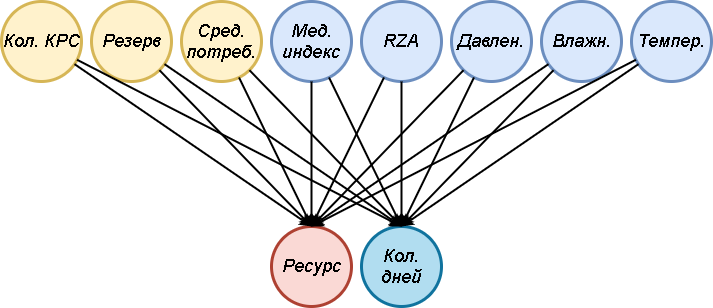
Above: diagrams/ANN design diagram.png in Yerlan999/CowsGPSTracker-KazATU (draw.io), before the change. Source tidied: cells renumbered, new cells last; positions are measured from the earlier drawing's top-left corner, leaving out a move shared by most shapes. Source of this version:
```xml
<mxGraphModel>
  <root>
    <mxCell id="0" />
    <mxCell id="1" parent="0" />
    <mxCell id="2" value="&lt;font style=&quot;font-size: 18px;&quot;&gt;&lt;span&gt;Темпер.&lt;/span&gt;&lt;/font&gt;" style="ellipse;whiteSpace=wrap;html=1;fontStyle=2;fillColor=#dae8fc;strokeColor=#6c8ebf;horizontal=0;strokeWidth=3;rotation=90;" parent="1" vertex="1">
      <mxGeometry x="630" width="80" height="80" as="geometry" />
    </mxCell>
    <mxCell id="3" value="&lt;span style=&quot;font-size: 18px;&quot;&gt;&lt;span&gt;Влажн.&lt;/span&gt;&lt;/span&gt;" style="ellipse;whiteSpace=wrap;html=1;fontStyle=2;fillColor=#dae8fc;strokeColor=#6c8ebf;horizontal=0;strokeWidth=3;rotation=90;" parent="1" vertex="1">
      <mxGeometry x="540" width="80" height="80" as="geometry" />
    </mxCell>
    <mxCell id="4" value="&lt;span style=&quot;font-size: 18px;&quot;&gt;&lt;span&gt;Давлен.&lt;/span&gt;&lt;/span&gt;" style="ellipse;whiteSpace=wrap;html=1;fontStyle=2;fillColor=#dae8fc;strokeColor=#6c8ebf;horizontal=0;strokeWidth=3;rotation=90;" parent="1" vertex="1">
      <mxGeometry x="450" width="80" height="80" as="geometry" />
    </mxCell>
    <mxCell id="5" value="&lt;span style=&quot;font-size: 18px&quot;&gt;&lt;span&gt;RZA&lt;/span&gt;&lt;/span&gt;" style="ellipse;whiteSpace=wrap;html=1;fontStyle=2;fillColor=#dae8fc;strokeColor=#6c8ebf;horizontal=0;strokeWidth=3;rotation=90;" parent="1" vertex="1">
      <mxGeometry x="360" width="80" height="80" as="geometry" />
    </mxCell>
    <mxCell id="6" value="&lt;span style=&quot;font-size: 18px&quot;&gt;Мед.&lt;br&gt;индекс&lt;br&gt;&lt;/span&gt;" style="ellipse;whiteSpace=wrap;html=1;fontStyle=2;fillColor=#dae8fc;strokeColor=#6c8ebf;horizontal=0;strokeWidth=3;rotation=90;" parent="1" vertex="1">
      <mxGeometry x="270" width="80" height="80" as="geometry" />
    </mxCell>
    <mxCell id="7" value="&lt;span style=&quot;font-size: 18px;&quot;&gt;&lt;span&gt;Сред. потреб.&lt;/span&gt;&lt;/span&gt;" style="ellipse;whiteSpace=wrap;html=1;fontStyle=2;fillColor=#fff2cc;strokeColor=#d6b656;horizontal=0;strokeWidth=3;rotation=90;" parent="1" vertex="1">
      <mxGeometry x="180" width="80" height="80" as="geometry" />
    </mxCell>
    <mxCell id="8" value="&lt;span style=&quot;font-size: 18px;&quot;&gt;&lt;span&gt;Резерв&lt;/span&gt;&lt;/span&gt;" style="ellipse;whiteSpace=wrap;html=1;fontStyle=2;fillColor=#fff2cc;strokeColor=#d6b656;horizontal=0;strokeWidth=3;rotation=90;" parent="1" vertex="1">
      <mxGeometry x="90" width="80" height="80" as="geometry" />
    </mxCell>
    <mxCell id="9" value="&lt;span style=&quot;font-size: 18px;&quot;&gt;&lt;span&gt;Кол. КРС&lt;/span&gt;&lt;/span&gt;" style="ellipse;whiteSpace=wrap;html=1;fontStyle=2;fillColor=#fff2cc;strokeColor=#d6b656;horizontal=0;strokeWidth=3;rotation=90;" parent="1" vertex="1">
      <mxGeometry width="80" height="80" as="geometry" />
    </mxCell>
    <mxCell id="10" value="&lt;span style=&quot;font-size: 18px;&quot;&gt;Кол. дней&lt;/span&gt;" style="ellipse;whiteSpace=wrap;html=1;fontStyle=2;fillColor=#b1ddf0;strokeColor=#10739e;horizontal=0;strokeWidth=3;rotation=90;" parent="1" vertex="1">
      <mxGeometry x="360" y="225" width="80" height="80" as="geometry" />
    </mxCell>
    <mxCell id="11" style="edgeStyle=none;rounded=0;jettySize=auto;html=1;entryX=0;entryY=0.5;entryDx=0;entryDy=0;endSize=6;strokeWidth=2;horizontal=0;fontStyle=2;" parent="1" edge="1" source="2" target="10">
      <mxGeometry x="430" y="230" as="geometry" />
    </mxCell>
    <mxCell id="12" style="edgeStyle=none;rounded=0;jettySize=auto;html=1;entryX=0;entryY=0.5;entryDx=0;entryDy=0;endSize=6;strokeWidth=2;horizontal=0;fontStyle=2;" parent="1" edge="1" source="3" target="10">
      <mxGeometry x="430" y="230" as="geometry" />
    </mxCell>
    <mxCell id="13" style="edgeStyle=none;rounded=0;jettySize=auto;html=1;entryX=0;entryY=0.5;entryDx=0;entryDy=0;endSize=6;strokeWidth=2;horizontal=0;fontStyle=2;" parent="1" edge="1" source="4" target="10">
      <mxGeometry x="430" y="230" as="geometry" />
    </mxCell>
    <mxCell id="14" style="edgeStyle=none;rounded=0;jettySize=auto;html=1;entryX=0;entryY=0.5;entryDx=0;entryDy=0;endSize=6;strokeWidth=2;horizontal=0;fontStyle=2;" parent="1" edge="1" source="5" target="10">
      <mxGeometry x="430" y="230" as="geometry" />
    </mxCell>
    <mxCell id="15" style="edgeStyle=none;rounded=0;jettySize=auto;html=1;entryX=0;entryY=0.5;entryDx=0;entryDy=0;endSize=6;strokeWidth=2;horizontal=0;fontStyle=2;" parent="1" edge="1" source="6" target="10">
      <mxGeometry x="430" y="230" as="geometry" />
    </mxCell>
    <mxCell id="16" style="edgeStyle=none;rounded=0;jettySize=auto;html=1;entryX=0;entryY=0.5;entryDx=0;entryDy=0;endSize=6;strokeWidth=2;horizontal=0;fontStyle=2;" parent="1" edge="1" source="7" target="10">
      <mxGeometry x="430" y="230" as="geometry" />
    </mxCell>
    <mxCell id="17" style="edgeStyle=none;rounded=0;jettySize=auto;html=1;entryX=0;entryY=0.5;entryDx=0;entryDy=0;endSize=6;strokeWidth=2;horizontal=0;fontStyle=2;" parent="1" edge="1" source="8" target="10">
      <mxGeometry x="430" y="230" as="geometry" />
    </mxCell>
    <mxCell id="18" style="edgeStyle=none;rounded=0;jettySize=auto;html=1;entryX=0;entryY=0.5;entryDx=0;entryDy=0;endSize=6;strokeWidth=2;horizontal=0;fontStyle=2;" parent="1" edge="1" source="9" target="10">
      <mxGeometry x="430" y="230" as="geometry" />
    </mxCell>
    <mxCell id="19" value="&lt;span style=&quot;font-size: 18px;&quot;&gt;Ресурс&lt;/span&gt;" style="ellipse;whiteSpace=wrap;html=1;fontStyle=2;fillColor=#fad9d5;strokeColor=#ae4132;horizontal=0;strokeWidth=3;rotation=90;" parent="1" vertex="1">
      <mxGeometry x="270" y="225" width="80" height="80" as="geometry" />
    </mxCell>
    <mxCell id="20" style="edgeStyle=none;rounded=0;jettySize=auto;html=1;entryX=0;entryY=0.5;entryDx=0;entryDy=0;endSize=6;strokeWidth=2;horizontal=0;fontStyle=2;" parent="1" edge="1" source="2" target="19">
      <mxGeometry x="430" y="230" as="geometry" />
    </mxCell>
    <mxCell id="21" style="edgeStyle=none;rounded=0;jettySize=auto;html=1;entryX=0;entryY=0.5;entryDx=0;entryDy=0;endSize=6;strokeWidth=2;horizontal=0;fontStyle=2;" parent="1" edge="1" source="3" target="19">
      <mxGeometry x="430" y="230" as="geometry" />
    </mxCell>
    <mxCell id="22" style="edgeStyle=none;rounded=0;jettySize=auto;html=1;entryX=0;entryY=0.5;entryDx=0;entryDy=0;endSize=6;strokeWidth=2;horizontal=0;fontStyle=2;" parent="1" edge="1" source="4" target="19">
      <mxGeometry x="430" y="230" as="geometry" />
    </mxCell>
    <mxCell id="23" style="edgeStyle=none;rounded=0;jettySize=auto;html=1;entryX=0;entryY=0.5;entryDx=0;entryDy=0;endSize=6;strokeWidth=2;horizontal=0;fontStyle=2;" parent="1" edge="1" source="5" target="19">
      <mxGeometry x="430" y="230" as="geometry" />
    </mxCell>
    <mxCell id="24" style="edgeStyle=none;rounded=0;jettySize=auto;html=1;entryX=0;entryY=0.5;entryDx=0;entryDy=0;endSize=6;strokeWidth=2;horizontal=0;fontStyle=2;" parent="1" edge="1" source="6" target="19">
      <mxGeometry x="430" y="230" as="geometry" />
    </mxCell>
    <mxCell id="25" style="edgeStyle=none;rounded=0;jettySize=auto;html=1;entryX=0;entryY=0.5;entryDx=0;entryDy=0;endSize=6;strokeWidth=2;horizontal=0;fontStyle=2;" parent="1" edge="1" source="7" target="19">
      <mxGeometry x="430" y="230" as="geometry" />
    </mxCell>
    <mxCell id="26" style="edgeStyle=none;rounded=0;jettySize=auto;html=1;entryX=0;entryY=0.5;entryDx=0;entryDy=0;endSize=6;strokeWidth=2;horizontal=0;fontStyle=2;" parent="1" edge="1" source="8" target="19">
      <mxGeometry x="430" y="230" as="geometry" />
    </mxCell>
    <mxCell id="27" style="edgeStyle=none;rounded=0;jettySize=auto;html=1;entryX=0;entryY=0.5;entryDx=0;entryDy=0;endSize=6;strokeWidth=2;horizontal=0;fontStyle=2;" parent="1" edge="1" source="9" target="19">
      <mxGeometry x="430" y="230" as="geometry" />
    </mxCell>
  </root>
</mxGraphModel>
```
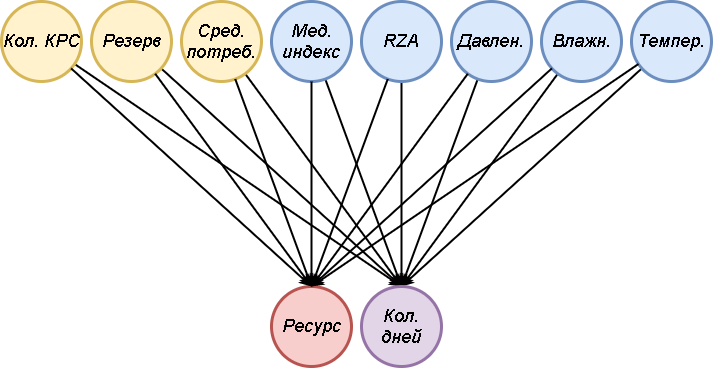
After the commit.

Diff of the diagram source:
```diff
@@ -2,32 +2,56 @@
   <root>
     <mxCell id="0" />
     <mxCell id="1" parent="0" />
+    <mxCell id="28" style="edgeStyle=none;rounded=0;jettySize=auto;html=1;entryX=0;entryY=0.5;entryDx=0;entryDy=0;strokeWidth=2;" parent="1" edge="1" source="2" target="36">
+      <mxGeometry relative="1" as="geometry" />
+    </mxCell>
     <mxCell id="2" value="&lt;font style=&quot;font-size: 18px;&quot;&gt;&lt;span&gt;Темпер.&lt;/span&gt;&lt;/font&gt;" style="ellipse;whiteSpace=wrap;html=1;fontStyle=2;fillColor=#dae8fc;strokeColor=#6c8ebf;horizontal=0;strokeWidth=3;rotation=90;" parent="1" vertex="1">
       <mxGeometry x="630" width="80" height="80" as="geometry" />
     </mxCell>
+    <mxCell id="29" style="edgeStyle=none;rounded=0;jettySize=auto;html=1;entryX=0;entryY=0.5;entryDx=0;entryDy=0;strokeWidth=2;" parent="1" edge="1" source="3" target="36">
+      <mxGeometry relative="1" as="geometry" />
+    </mxCell>
     <mxCell id="3" value="&lt;span style=&quot;font-size: 18px;&quot;&gt;&lt;span&gt;Влажн.&lt;/span&gt;&lt;/span&gt;" style="ellipse;whiteSpace=wrap;html=1;fontStyle=2;fillColor=#dae8fc;strokeColor=#6c8ebf;horizontal=0;strokeWidth=3;rotation=90;" parent="1" vertex="1">
       <mxGeometry x="540" width="80" height="80" as="geometry" />
     </mxCell>
+    <mxCell id="30" style="edgeStyle=none;rounded=0;jettySize=auto;html=1;entryX=0;entryY=0.5;entryDx=0;entryDy=0;strokeWidth=2;" parent="1" edge="1" source="4" target="36">
+      <mxGeometry relative="1" as="geometry" />
+    </mxCell>
     <mxCell id="4" value="&lt;span style=&quot;font-size: 18px;&quot;&gt;&lt;span&gt;Давлен.&lt;/span&gt;&lt;/span&gt;" style="ellipse;whiteSpace=wrap;html=1;fontStyle=2;fillColor=#dae8fc;strokeColor=#6c8ebf;horizontal=0;strokeWidth=3;rotation=90;" parent="1" vertex="1">
       <mxGeometry x="450" width="80" height="80" as="geometry" />
     </mxCell>
+    <mxCell id="31" style="edgeStyle=none;rounded=0;jettySize=auto;html=1;entryX=0;entryY=0.5;entryDx=0;entryDy=0;strokeWidth=2;" parent="1" edge="1" source="5" target="36">
+      <mxGeometry relative="1" as="geometry" />
+    </mxCell>
     <mxCell id="5" value="&lt;span style=&quot;font-size: 18px&quot;&gt;&lt;span&gt;RZA&lt;/span&gt;&lt;/span&gt;" style="ellipse;whiteSpace=wrap;html=1;fontStyle=2;fillColor=#dae8fc;strokeColor=#6c8ebf;horizontal=0;strokeWidth=3;rotation=90;" parent="1" vertex="1">
       <mxGeometry x="360" width="80" height="80" as="geometry" />
     </mxCell>
+    <mxCell id="32" style="edgeStyle=none;rounded=0;jettySize=auto;html=1;entryX=0;entryY=0.5;entryDx=0;entryDy=0;strokeWidth=2;" parent="1" edge="1" source="6" target="36">
+      <mxGeometry relative="1" as="geometry" />
+    </mxCell>
     <mxCell id="6" value="&lt;span style=&quot;font-size: 18px&quot;&gt;Мед.&lt;br&gt;индекс&lt;br&gt;&lt;/span&gt;" style="ellipse;whiteSpace=wrap;html=1;fontStyle=2;fillColor=#dae8fc;strokeColor=#6c8ebf;horizontal=0;strokeWidth=3;rotation=90;" parent="1" vertex="1">
       <mxGeometry x="270" width="80" height="80" as="geometry" />
     </mxCell>
+    <mxCell id="33" style="edgeStyle=none;rounded=0;jettySize=auto;html=1;entryX=0;entryY=0.5;entryDx=0;entryDy=0;strokeWidth=2;" parent="1" edge="1" source="7" target="36">
+      <mxGeometry relative="1" as="geometry" />
+    </mxCell>
     <mxCell id="7" value="&lt;span style=&quot;font-size: 18px;&quot;&gt;&lt;span&gt;Сред. потреб.&lt;/span&gt;&lt;/span&gt;" style="ellipse;whiteSpace=wrap;html=1;fontStyle=2;fillColor=#fff2cc;strokeColor=#d6b656;horizontal=0;strokeWidth=3;rotation=90;" parent="1" vertex="1">
       <mxGeometry x="180" width="80" height="80" as="geometry" />
     </mxCell>
+    <mxCell id="34" style="edgeStyle=none;rounded=0;jettySize=auto;html=1;entryX=0;entryY=0.5;entryDx=0;entryDy=0;strokeWidth=2;" parent="1" edge="1" source="8" target="36">
+      <mxGeometry relative="1" as="geometry" />
+    </mxCell>
     <mxCell id="8" value="&lt;span style=&quot;font-size: 18px;&quot;&gt;&lt;span&gt;Резерв&lt;/span&gt;&lt;/span&gt;" style="ellipse;whiteSpace=wrap;html=1;fontStyle=2;fillColor=#fff2cc;strokeColor=#d6b656;horizontal=0;strokeWidth=3;rotation=90;" parent="1" vertex="1">
       <mxGeometry x="90" width="80" height="80" as="geometry" />
     </mxCell>
+    <mxCell id="35" style="rounded=0;jettySize=auto;html=1;entryX=0;entryY=0.5;entryDx=0;entryDy=0;strokeWidth=2;" parent="1" edge="1" source="9" target="36">
+      <mxGeometry relative="1" as="geometry" />
+    </mxCell>
     <mxCell id="9" value="&lt;span style=&quot;font-size: 18px;&quot;&gt;&lt;span&gt;Кол. КРС&lt;/span&gt;&lt;/span&gt;" style="ellipse;whiteSpace=wrap;html=1;fontStyle=2;fillColor=#fff2cc;strokeColor=#d6b656;horizontal=0;strokeWidth=3;rotation=90;" parent="1" vertex="1">
       <mxGeometry width="80" height="80" as="geometry" />
     </mxCell>
-    <mxCell id="10" value="&lt;span style=&quot;font-size: 18px;&quot;&gt;Кол. дней&lt;/span&gt;" style="ellipse;whiteSpace=wrap;html=1;fontStyle=2;fillColor=#b1ddf0;strokeColor=#10739e;horizontal=0;strokeWidth=3;rotation=90;" parent="1" vertex="1">
-      <mxGeometry x="360" y="225" width="80" height="80" as="geometry" />
+    <mxCell id="10" value="&lt;font style=&quot;font-size: 18px&quot;&gt;Ресурс&lt;/font&gt;" style="ellipse;whiteSpace=wrap;html=1;fontStyle=2;fillColor=#f8cecc;strokeColor=#b85450;horizontal=0;strokeWidth=3;rotation=90;" parent="1" vertex="1">
+      <mxGeometry x="270" y="285" width="80" height="80" as="geometry" />
     </mxCell>
     <mxCell id="11" style="edgeStyle=none;rounded=0;jettySize=auto;html=1;entryX=0;entryY=0.5;entryDx=0;entryDy=0;endSize=6;strokeWidth=2;horizontal=0;fontStyle=2;" parent="1" edge="1" source="2" target="10">
       <mxGeometry x="430" y="230" as="geometry" />
@@ -53,32 +77,8 @@
     <mxCell id="18" style="edgeStyle=none;rounded=0;jettySize=auto;html=1;entryX=0;entryY=0.5;entryDx=0;entryDy=0;endSize=6;strokeWidth=2;horizontal=0;fontStyle=2;" parent="1" edge="1" source="9" target="10">
       <mxGeometry x="430" y="230" as="geometry" />
     </mxCell>
-    <mxCell id="19" value="&lt;span style=&quot;font-size: 18px;&quot;&gt;Ресурс&lt;/span&gt;" style="ellipse;whiteSpace=wrap;html=1;fontStyle=2;fillColor=#fad9d5;strokeColor=#ae4132;horizontal=0;strokeWidth=3;rotation=90;" parent="1" vertex="1">
-      <mxGeometry x="270" y="225" width="80" height="80" as="geometry" />
-    </mxCell>
-    <mxCell id="20" style="edgeStyle=none;rounded=0;jettySize=auto;html=1;entryX=0;entryY=0.5;entryDx=0;entryDy=0;endSize=6;strokeWidth=2;horizontal=0;fontStyle=2;" parent="1" edge="1" source="2" target="19">
-      <mxGeometry x="430" y="230" as="geometry" />
-    </mxCell>
-    <mxCell id="21" style="edgeStyle=none;rounded=0;jettySize=auto;html=1;entryX=0;entryY=0.5;entryDx=0;entryDy=0;endSize=6;strokeWidth=2;horizontal=0;fontStyle=2;" parent="1" edge="1" source="3" target="19">
-      <mxGeometry x="430" y="230" as="geometry" />
-    </mxCell>
-    <mxCell id="22" style="edgeStyle=none;rounded=0;jettySize=auto;html=1;entryX=0;entryY=0.5;entryDx=0;entryDy=0;endSize=6;strokeWidth=2;horizontal=0;fontStyle=2;" parent="1" edge="1" source="4" target="19">
-      <mxGeometry x="430" y="230" as="geometry" />
-    </mxCell>
-    <mxCell id="23" style="edgeStyle=none;rounded=0;jettySize=auto;html=1;entryX=0;entryY=0.5;entryDx=0;entryDy=0;endSize=6;strokeWidth=2;horizontal=0;fontStyle=2;" parent="1" edge="1" source="5" target="19">
-      <mxGeometry x="430" y="230" as="geometry" />
-    </mxCell>
-    <mxCell id="24" style="edgeStyle=none;rounded=0;jettySize=auto;html=1;entryX=0;entryY=0.5;entryDx=0;entryDy=0;endSize=6;strokeWidth=2;horizontal=0;fontStyle=2;" parent="1" edge="1" source="6" target="19">
-      <mxGeometry x="430" y="230" as="geometry" />
-    </mxCell>
-    <mxCell id="25" style="edgeStyle=none;rounded=0;jettySize=auto;html=1;entryX=0;entryY=0.5;entryDx=0;entryDy=0;endSize=6;strokeWidth=2;horizontal=0;fontStyle=2;" parent="1" edge="1" source="7" target="19">
-      <mxGeometry x="430" y="230" as="geometry" />
-    </mxCell>
-    <mxCell id="26" style="edgeStyle=none;rounded=0;jettySize=auto;html=1;entryX=0;entryY=0.5;entryDx=0;entryDy=0;endSize=6;strokeWidth=2;horizontal=0;fontStyle=2;" parent="1" edge="1" source="8" target="19">
-      <mxGeometry x="430" y="230" as="geometry" />
-    </mxCell>
-    <mxCell id="27" style="edgeStyle=none;rounded=0;jettySize=auto;html=1;entryX=0;entryY=0.5;entryDx=0;entryDy=0;endSize=6;strokeWidth=2;horizontal=0;fontStyle=2;" parent="1" edge="1" source="9" target="19">
-      <mxGeometry x="430" y="230" as="geometry" />
-    </mxCell>
+    <mxCell id="36" value="&lt;font style=&quot;font-size: 18px&quot;&gt;Кол. дней&lt;/font&gt;" style="ellipse;whiteSpace=wrap;html=1;fontStyle=2;fillColor=#e1d5e7;strokeColor=#9673a6;horizontal=0;strokeWidth=3;rotation=90;" parent="1" vertex="1">
+      <mxGeometry x="360" y="285" width="80" height="80" as="geometry" />
+    </mxCell>
   </root>
 </mxGraphModel>
```
